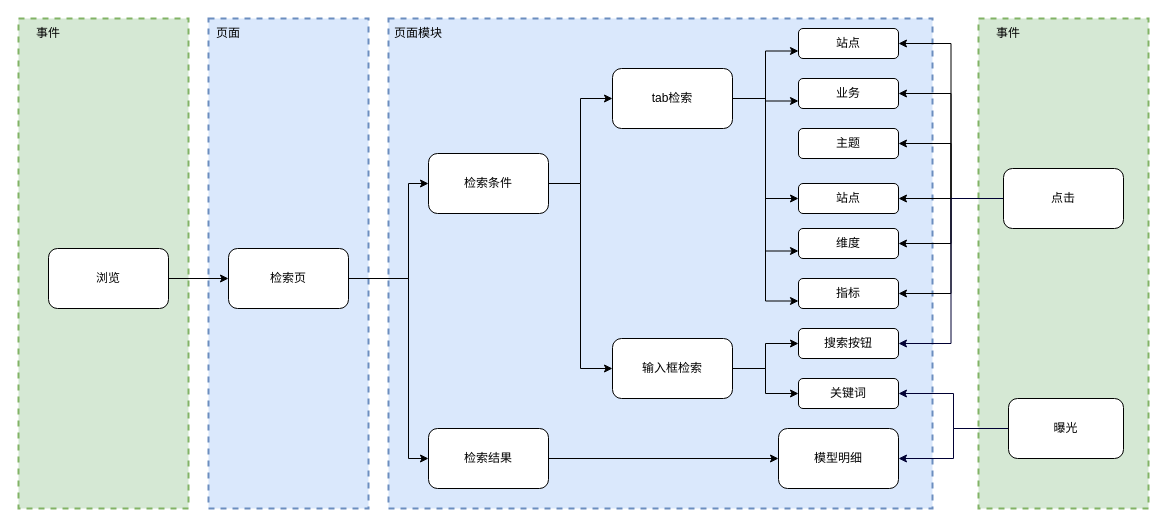
Above: page "第 4 页" (4 of 4) of demo01/数据地图.drawio in huang-chh/draw (draw.io), before the change. Source tidied: cells renumbered, new cells numbered last; positions are measured from the earlier drawing's top-left corner, leaving out a move shared by most shapes. Both pictures are drawn from the tidied source at 100%, with x=0, y=0 at pixel (18, 18).
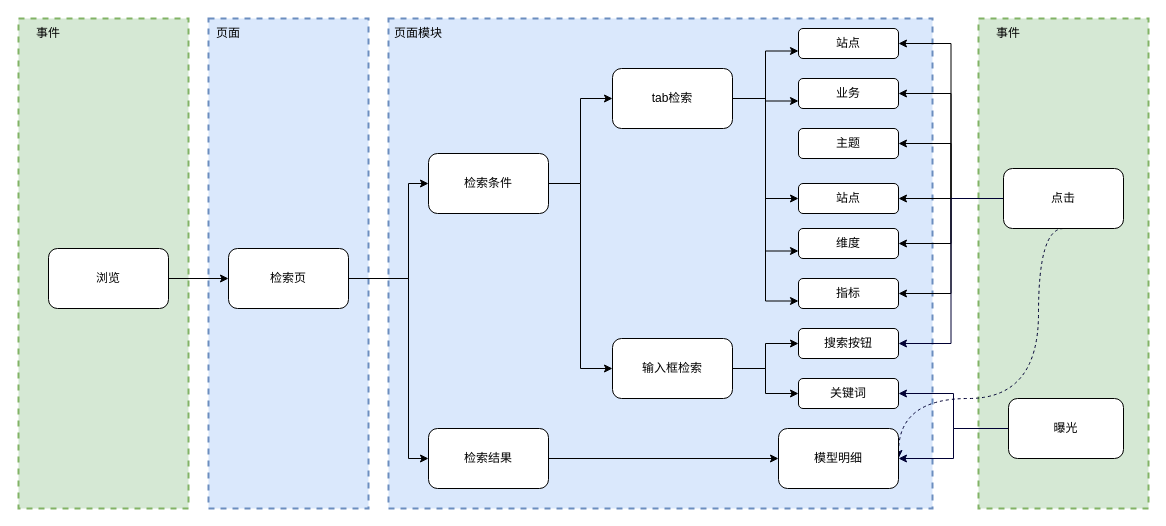
Above is the later version.

Commit message:
更新数据地图.drawio

The change refers to these unchanged cells:
```xml
<mxCell id="37" value="点击" style="rounded=1;whiteSpace=wrap;html=1;" parent="1" vertex="1">
  <mxGeometry x="985" y="150" width="120" height="60" as="geometry" />
</mxCell>
```

Diff of the diagram source:
```diff
@@
+    <mxCell id="49" style="edgeStyle=orthogonalEdgeStyle;curved=1;jettySize=auto;html=1;exitX=0.5;exitY=1;exitDx=0;exitDy=0;endArrow=classic;endFill=1;strokeColor=#000033;strokeWidth=1;dashed=1;" parent="1" edge="1" source="37">
+      <mxGeometry relative="1" as="geometry">
+        <mxPoint x="880" y="440" as="targetPoint" />
+        <Array as="points">
+          <mxPoint x="1020" y="210" />
+          <mxPoint x="1020" y="380" />
+          <mxPoint x="880" y="380" />
+        </Array>
+      </mxGeometry>
+    </mxCell>
```
